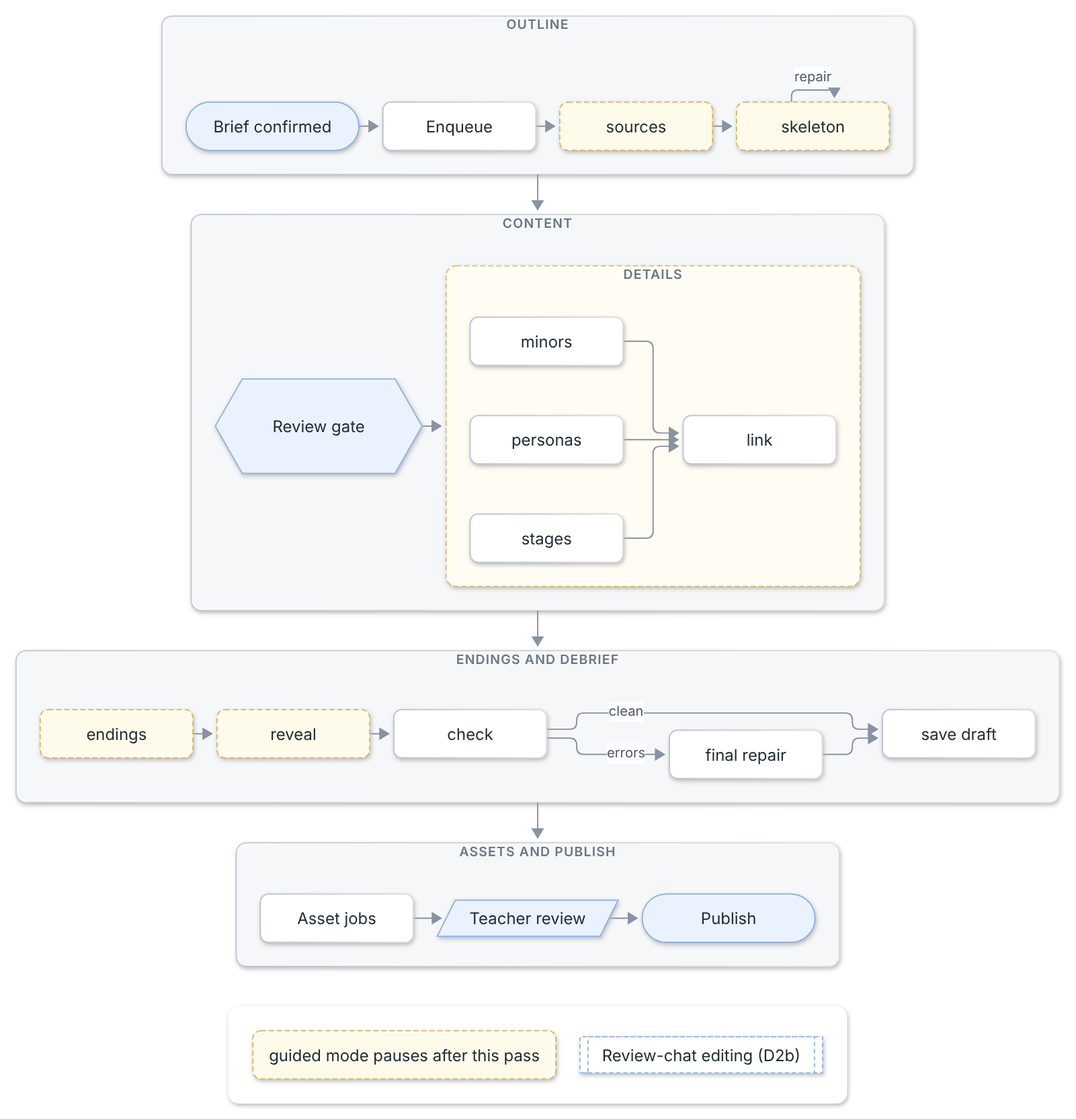
This is docs/diagrams/png/d2-generation-pipeline.png from damiancxliew/CS3216_Assignment3, a Mermaid export, as it was before one commit. Its source is kept beside it as docs/diagrams/d2-generation-pipeline.mmd.
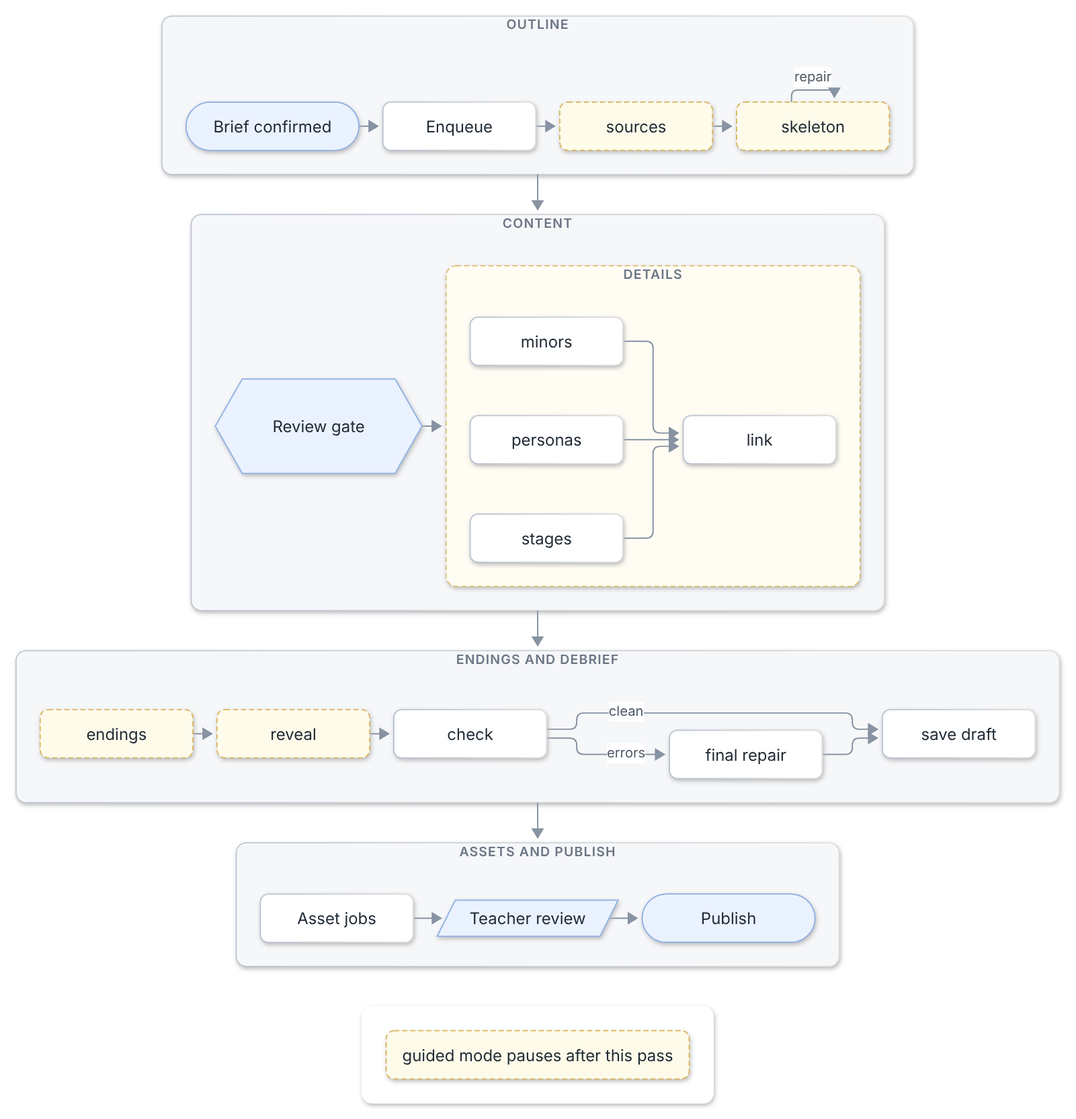
The same file after the commit.

Commit message:
docs: drop cross-diagram references from D2 and D2b-1

Diff of the diagram source:
```diff
@@ -32,16 +32,12 @@
   subgraph KEY[" "]
     direction LR
     K1["guided mode pauses after this pass"]
-    D2B[["Review-chat editing (D2b)"]]
-    K1 ~~~ D2B
   end
   R4 ~~~ KEY
 
   classDef actor fill:#eaf2ff,stroke:#8fb0e6
-  classDef xref fill:#ffffff,stroke:#8fb0e6,stroke-dasharray:4 3
   class BRIEF,GATE,REV,PUB actor
   classDef guided fill:#fffbea,stroke:#d9b55a,stroke-dasharray:5 3
   class SRC,SK,END,RV,K1 guided
   style DET fill:#fffdf3,stroke:#d9b55a,stroke-dasharray:5 3
-  class D2B xref
   style KEY fill:#ffffff,stroke:#ffffff
```
